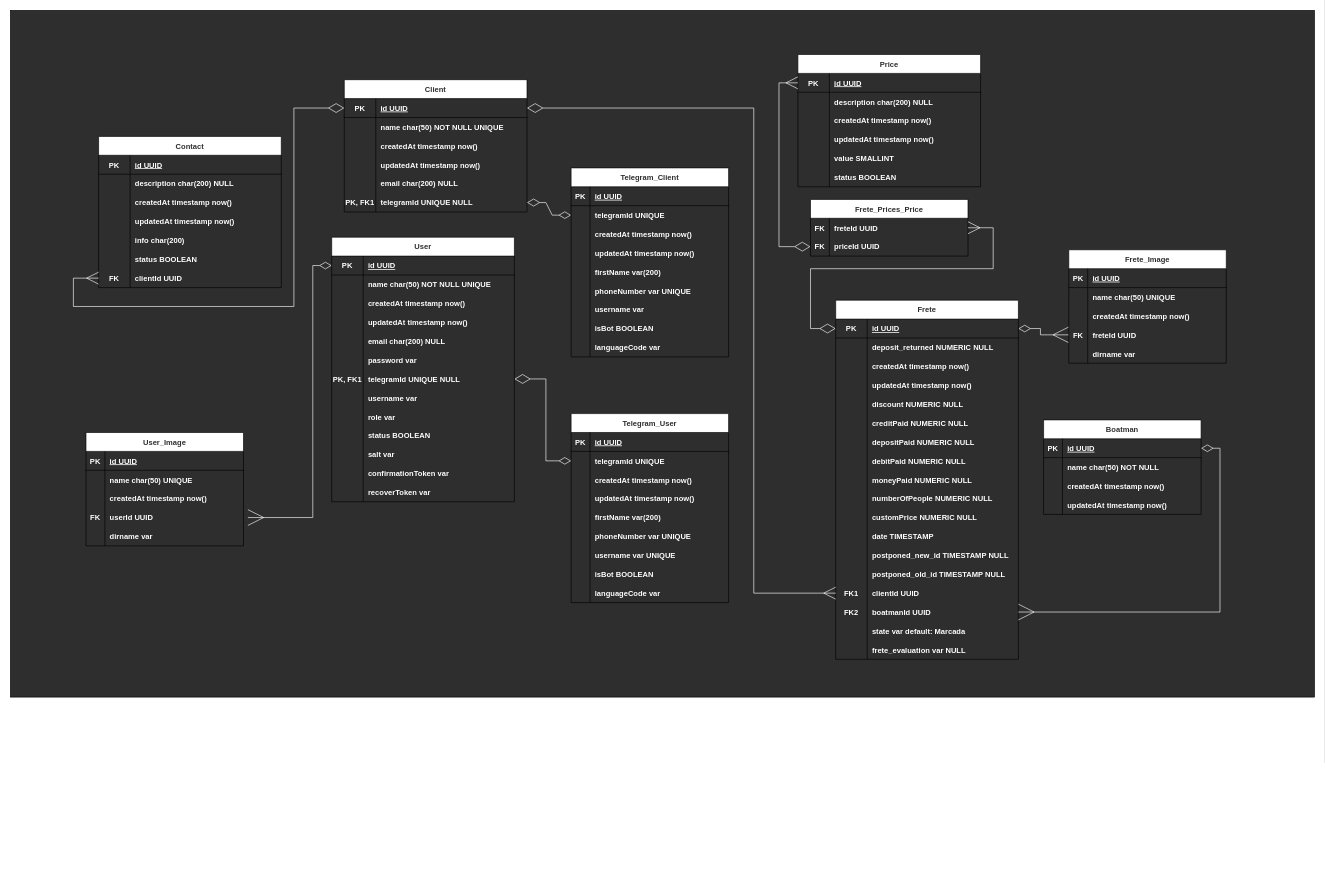
Earlier version of the draw.io diagram Diagram.drawio (NicholasWM/backoffice_api). Source tidied: cells renumbered, new cells numbered last; positions are measured from the earlier drawing's top-left corner, leaving out a move shared by most shapes. Both pictures are drawn from the tidied source at 63%, with x=0, y=0 at pixel (10, 10).
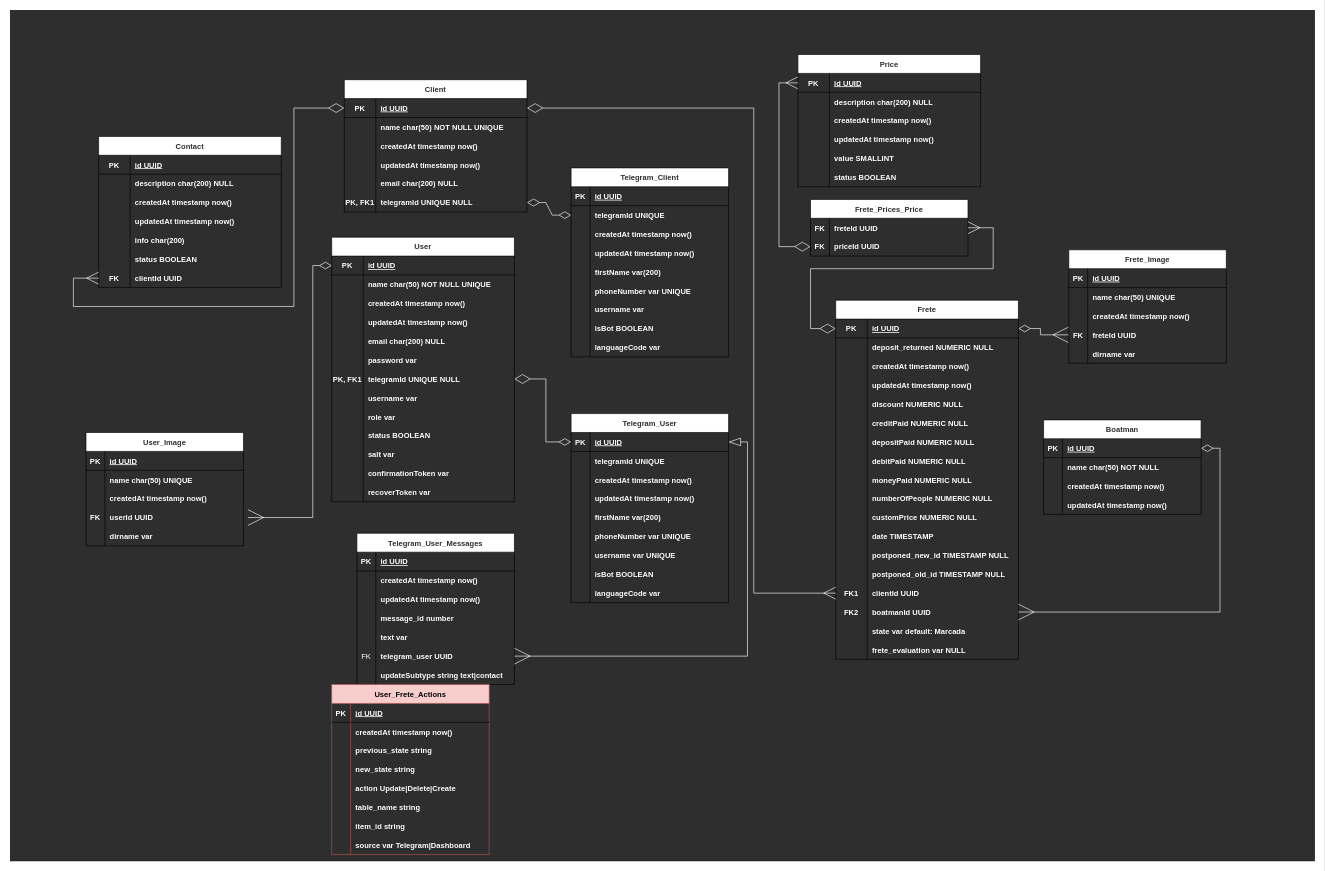
The same page after the edit.

The change refers to these unchanged cells:
```xml
<mxCell id="190" style="shape=partialRectangle;fillColor=none;points=[[0,0.5],[1,0.5]];portConstraint=eastwest;top=0;left=0;right=0;bottom=1;fontColor=#FFFFFF;" parent="189" vertex="1">
  <mxGeometry y="30" width="250" height="30" as="geometry" />
</mxCell>
<mxCell id="193" style="shape=partialRectangle;fillColor=none;points=[[0,0.5],[1,0.5]];portConstraint=eastwest;top=0;left=0;right=0;bottom=0;fontColor=#FFFFFF;" parent="189" vertex="1">
  <mxGeometry y="60" width="250" height="30" as="geometry" />
</mxCell>
<mxCell id="236" style="shape=partialRectangle;fillColor=none;points=[[0,0.5],[1,0.5]];portConstraint=eastwest;top=0;left=0;right=0;bottom=0;fontColor=#FFFFFF;" parent="217" vertex="1">
  <mxGeometry y="210" width="290" height="30" as="geometry" />
</mxCell>
```

Change to the diagram source:
```diff
@@
     <mxCell id="2" style="rounded=0;whiteSpace=wrap;html=1;fontColor=#FFFFFF;fillColor=#2E2E2E;" parent="1" vertex="1">
-      <mxGeometry width="2070" height="1090" as="geometry" />
+      <mxGeometry width="2070" height="1350" as="geometry" />
     </mxCell>
@@
-    <mxCell id="257" style="edgeStyle=orthogonalEdgeStyle;rounded=0;jettySize=auto;html=1;startArrow=diamondThin;startFill=0;endArrow=diamondThin;endFill=0;startSize=23;endSize=17;sourcePerimeterSpacing=7;targetPerimeterSpacing=7;strokeWidth=1;exitX=1;exitY=0.5;exitDx=0;exitDy=0;entryX=0;entryY=0.5;entryDx=0;entryDy=0;fontColor=#FFFFFF;strokeColor=#FFFFFF;" parent="1" edge="1" source="236" target="193">
+    <mxCell id="257" style="edgeStyle=orthogonalEdgeStyle;rounded=0;jettySize=auto;html=1;startArrow=diamondThin;startFill=0;endArrow=diamondThin;endFill=0;startSize=23;endSize=17;sourcePerimeterSpacing=7;targetPerimeterSpacing=7;strokeWidth=1;exitX=1;exitY=0.5;exitDx=0;exitDy=0;entryX=0;entryY=0.5;entryDx=0;entryDy=0;fontColor=#FFFFFF;strokeColor=#FFFFFF;" parent="1" edge="1" source="236" target="190">
       <mxGeometry relative="1" as="geometry" />
     </mxCell>
@@
+    <mxCell id="275" value="Telegram_User_Messages" style="shape=table;startSize=30;childLayout=tableLayout;rowLines=0;fontStyle=1;align=center;fontColor=#2E2E2E;" parent="1" vertex="1">
+      <mxGeometry x="550" y="830" width="250" height="240" as="geometry" />
+    </mxCell>
+    <mxCell id="276" style="shape=partialRectangle;fillColor=none;top=0;left=0;right=0;bottom=1;fontColor=#FFFFFF;" parent="275" vertex="1">
+      <mxGeometry y="30" width="250" height="30" as="geometry" />
+    </mxCell>
+    <mxCell id="277" value="PK" style="shape=partialRectangle;overflow=hidden;fillColor=none;top=0;left=0;bottom=0;right=0;fontStyle=1;fontColor=#FFFFFF;" parent="276" vertex="1">
+      <mxGeometry width="30" height="30" as="geometry" />
+    </mxCell>
+    <mxCell id="278" value="id UUID" style="shape=partialRectangle;overflow=hidden;fillColor=none;top=0;left=0;bottom=0;right=0;align=left;spacingLeft=6;fontStyle=5;fontColor=#FFFFFF;" parent="276" vertex="1">
+      <mxGeometry x="30" width="220" height="30" as="geometry" />
+    </mxCell>
+    <mxCell id="279" style="shape=partialRectangle;fillColor=none;top=0;left=0;right=0;bottom=0;fontColor=#FFFFFF;" parent="275" vertex="1">
+      <mxGeometry y="60" width="250" height="30" as="geometry" />
+    </mxCell>
+    <mxCell id="280" style="shape=partialRectangle;overflow=hidden;fillColor=none;top=0;left=0;bottom=0;right=0;fontColor=#FFFFFF;" parent="279" vertex="1">
+      <mxGeometry width="30" height="30" as="geometry" />
+    </mxCell>
+    <mxCell id="281" value="createdAt timestamp now()" style="shape=partialRectangle;overflow=hidden;fillColor=none;top=0;left=0;bottom=0;right=0;align=left;spacingLeft=6;fontStyle=1;fontColor=#FFFFFF;" parent="279" vertex="1">
+      <mxGeometry x="30" width="220" height="30" as="geometry" />
+    </mxCell>
+    <mxCell id="282" style="shape=partialRectangle;fillColor=none;top=0;left=0;right=0;bottom=0;fontColor=#FFFFFF;" parent="275" vertex="1">
+      <mxGeometry y="90" width="250" height="30" as="geometry" />
+    </mxCell>
+    <mxCell id="283" style="shape=partialRectangle;overflow=hidden;fillColor=none;top=0;left=0;bottom=0;right=0;fontColor=#FFFFFF;" parent="282" vertex="1">
+      <mxGeometry width="30" height="30" as="geometry" />
+    </mxCell>
+    <mxCell id="284" value="updatedAt timestamp now()" style="shape=partialRectangle;overflow=hidden;fillColor=none;top=0;left=0;bottom=0;right=0;align=left;spacingLeft=6;fontStyle=1;fontColor=#FFFFFF;" parent="282" vertex="1">
+      <mxGeometry x="30" width="220" height="30" as="geometry" />
+    </mxCell>
+    <mxCell id="285" style="shape=partialRectangle;fillColor=none;top=0;left=0;right=0;bottom=0;fontColor=#FFFFFF;" parent="275" vertex="1">
+      <mxGeometry y="120" width="250" height="30" as="geometry" />
+    </mxCell>
+    <mxCell id="286" style="shape=partialRectangle;overflow=hidden;fillColor=none;top=0;left=0;bottom=0;right=0;fontColor=#FFFFFF;" parent="285" vertex="1">
+      <mxGeometry width="30" height="30" as="geometry" />
+    </mxCell>
+    <mxCell id="287" value="message_id number" style="shape=partialRectangle;overflow=hidden;fillColor=none;top=0;left=0;bottom=0;right=0;align=left;spacingLeft=6;fontStyle=1;fontColor=#FFFFFF;" parent="285" vertex="1">
+      <mxGeometry x="30" width="220" height="30" as="geometry" />
+    </mxCell>
+    <mxCell id="288" style="shape=partialRectangle;fillColor=none;top=0;left=0;right=0;bottom=0;fontColor=#FFFFFF;" parent="275" vertex="1">
+      <mxGeometry y="150" width="250" height="30" as="geometry" />
+    </mxCell>
+    <mxCell id="289" style="shape=partialRectangle;overflow=hidden;fillColor=none;top=0;left=0;bottom=0;right=0;fontColor=#FFFFFF;" parent="288" vertex="1">
+      <mxGeometry width="30" height="30" as="geometry" />
+    </mxCell>
+    <mxCell id="290" value="text var" style="shape=partialRectangle;overflow=hidden;fillColor=none;top=0;left=0;bottom=0;right=0;align=left;spacingLeft=6;fontStyle=1;fontColor=#FFFFFF;" parent="288" vertex="1">
+      <mxGeometry x="30" width="220" height="30" as="geometry" />
+    </mxCell>
+    <mxCell id="291" style="shape=partialRectangle;fillColor=none;points=[[0,0.5],[1,0.5]];portConstraint=eastwest;top=0;left=0;right=0;bottom=0;fontColor=#FFFFFF;" parent="275" vertex="1">
+      <mxGeometry y="180" width="250" height="30" as="geometry" />
+    </mxCell>
+    <mxCell id="292" value="FK" style="shape=partialRectangle;overflow=hidden;fillColor=none;top=0;left=0;bottom=0;right=0;fontColor=#FFFFFF;" parent="291" vertex="1">
+      <mxGeometry width="30" height="30" as="geometry" />
+    </mxCell>
+    <mxCell id="293" value="telegram_user UUID" style="shape=partialRectangle;overflow=hidden;fillColor=none;top=0;left=0;bottom=0;right=0;align=left;spacingLeft=6;fontStyle=1;fontColor=#FFFFFF;" parent="291" vertex="1">
+      <mxGeometry x="30" width="220" height="30" as="geometry" />
+    </mxCell>
+    <mxCell id="294" style="shape=partialRectangle;fillColor=none;top=0;left=0;right=0;bottom=0;fontColor=#FFFFFF;" parent="275" vertex="1">
+      <mxGeometry y="210" width="250" height="30" as="geometry" />
+    </mxCell>
+    <mxCell id="295" style="shape=partialRectangle;overflow=hidden;fillColor=none;top=0;left=0;bottom=0;right=0;fontColor=#FFFFFF;" parent="294" vertex="1">
+      <mxGeometry width="30" height="30" as="geometry" />
+    </mxCell>
+    <mxCell id="296" value="updateSubtype string text|contact" style="shape=partialRectangle;overflow=hidden;fillColor=none;top=0;left=0;bottom=0;right=0;align=left;spacingLeft=6;fontStyle=1;fontColor=#FFFFFF;" parent="294" vertex="1">
+      <mxGeometry x="30" width="220" height="30" as="geometry" />
+    </mxCell>
+    <mxCell id="297" style="edgeStyle=orthogonalEdgeStyle;rounded=0;jettySize=auto;html=1;exitX=1;exitY=0.5;exitDx=0;exitDy=0;entryX=1;entryY=0.5;entryDx=0;entryDy=0;startArrow=ERmany;startFill=0;endArrow=blockThin;endFill=0;targetPerimeterSpacing=7;sourcePerimeterSpacing=7;endSize=17;startSize=23;strokeWidth=1;strokeColor=#FFFFFF;" parent="1" edge="1" source="291" target="190">
+      <mxGeometry relative="1" as="geometry" />
+    </mxCell>
+    <mxCell id="298" value="User_Frete_Actions" style="shape=table;startSize=30;childLayout=tableLayout;rowLines=0;fontStyle=1;align=center;fillColor=#f8cecc;strokeColor=#b85450;" parent="1" vertex="1">
+      <mxGeometry x="510" y="1070" width="250" height="270" as="geometry" />
+    </mxCell>
+    <mxCell id="299" style="shape=partialRectangle;fillColor=none;top=0;left=0;right=0;bottom=1;fontColor=#FFFFFF;" parent="298" vertex="1">
+      <mxGeometry y="30" width="250" height="30" as="geometry" />
+    </mxCell>
+    <mxCell id="300" value="PK" style="shape=partialRectangle;overflow=hidden;fillColor=none;top=0;left=0;bottom=0;right=0;fontStyle=1;fontColor=#FFFFFF;" parent="299" vertex="1">
+      <mxGeometry width="30" height="30" as="geometry" />
+    </mxCell>
+    <mxCell id="301" value="id UUID" style="shape=partialRectangle;overflow=hidden;fillColor=none;top=0;left=0;bottom=0;right=0;align=left;spacingLeft=6;fontStyle=5;fontColor=#FFFFFF;" parent="299" vertex="1">
+      <mxGeometry x="30" width="220" height="30" as="geometry" />
+    </mxCell>
+    <mxCell id="302" style="shape=partialRectangle;fillColor=none;top=0;left=0;right=0;bottom=0;fontColor=#FFFFFF;" parent="298" vertex="1">
+      <mxGeometry y="60" width="250" height="30" as="geometry" />
+    </mxCell>
+    <mxCell id="303" style="shape=partialRectangle;overflow=hidden;fillColor=none;top=0;left=0;bottom=0;right=0;fontColor=#FFFFFF;" parent="302" vertex="1">
+      <mxGeometry width="30" height="30" as="geometry" />
+    </mxCell>
+    <mxCell id="304" value="createdAt timestamp now()" style="shape=partialRectangle;overflow=hidden;fillColor=none;top=0;left=0;bottom=0;right=0;align=left;spacingLeft=6;fontStyle=1;fontColor=#FFFFFF;" parent="302" vertex="1">
+      <mxGeometry x="30" width="220" height="30" as="geometry" />
+    </mxCell>
+    <mxCell id="305" style="shape=partialRectangle;fillColor=none;top=0;left=0;right=0;bottom=0;fontColor=#FFFFFF;" parent="298" vertex="1">
+      <mxGeometry y="90" width="250" height="30" as="geometry" />
+    </mxCell>
+    <mxCell id="306" style="shape=partialRectangle;overflow=hidden;fillColor=none;top=0;left=0;bottom=0;right=0;fontColor=#FFFFFF;" parent="305" vertex="1">
+      <mxGeometry width="30" height="30" as="geometry" />
+    </mxCell>
+    <mxCell id="307" value="previous_state string" style="shape=partialRectangle;overflow=hidden;fillColor=none;top=0;left=0;bottom=0;right=0;align=left;spacingLeft=6;fontStyle=1;fontColor=#FFFFFF;" parent="305" vertex="1">
+      <mxGeometry x="30" width="220" height="30" as="geometry" />
+    </mxCell>
+    <mxCell id="308" style="shape=partialRectangle;fillColor=none;top=0;left=0;right=0;bottom=0;fontColor=#FFFFFF;" parent="298" vertex="1">
+      <mxGeometry y="120" width="250" height="30" as="geometry" />
+    </mxCell>
+    <mxCell id="309" style="shape=partialRectangle;overflow=hidden;fillColor=none;top=0;left=0;bottom=0;right=0;fontColor=#FFFFFF;" parent="308" vertex="1">
+      <mxGeometry width="30" height="30" as="geometry" />
+    </mxCell>
+    <mxCell id="310" value="new_state string" style="shape=partialRectangle;overflow=hidden;fillColor=none;top=0;left=0;bottom=0;right=0;align=left;spacingLeft=6;fontStyle=1;fontColor=#FFFFFF;" parent="308" vertex="1">
+      <mxGeometry x="30" width="220" height="30" as="geometry" />
+    </mxCell>
+    <mxCell id="311" style="shape=partialRectangle;fillColor=none;top=0;left=0;right=0;bottom=0;fontColor=#FFFFFF;" parent="298" vertex="1">
+      <mxGeometry y="150" width="250" height="30" as="geometry" />
+    </mxCell>
+    <mxCell id="312" style="shape=partialRectangle;overflow=hidden;fillColor=none;top=0;left=0;bottom=0;right=0;fontColor=#FFFFFF;" parent="311" vertex="1">
+      <mxGeometry width="30" height="30" as="geometry" />
+    </mxCell>
+    <mxCell id="313" value="action Update|Delete|Create" style="shape=partialRectangle;overflow=hidden;fillColor=none;top=0;left=0;bottom=0;right=0;align=left;spacingLeft=6;fontStyle=1;fontColor=#FFFFFF;" parent="311" vertex="1">
+      <mxGeometry x="30" width="220" height="30" as="geometry" />
+    </mxCell>
+    <mxCell id="314" style="shape=partialRectangle;fillColor=none;top=0;left=0;right=0;bottom=0;fontColor=#FFFFFF;" parent="298" vertex="1">
+      <mxGeometry y="180" width="250" height="30" as="geometry" />
+    </mxCell>
+    <mxCell id="315" style="shape=partialRectangle;overflow=hidden;fillColor=none;top=0;left=0;bottom=0;right=0;fontColor=#FFFFFF;" parent="314" vertex="1">
+      <mxGeometry width="30" height="30" as="geometry" />
+    </mxCell>
+    <mxCell id="316" value="table_name string" style="shape=partialRectangle;overflow=hidden;fillColor=none;top=0;left=0;bottom=0;right=0;align=left;spacingLeft=6;fontStyle=1;fontColor=#FFFFFF;" parent="314" vertex="1">
+      <mxGeometry x="30" width="220" height="30" as="geometry" />
+    </mxCell>
+    <mxCell id="317" style="shape=partialRectangle;fillColor=none;top=0;left=0;right=0;bottom=0;fontColor=#FFFFFF;" parent="298" vertex="1">
+      <mxGeometry y="210" width="250" height="30" as="geometry" />
+    </mxCell>
+    <mxCell id="318" style="shape=partialRectangle;overflow=hidden;fillColor=none;top=0;left=0;bottom=0;right=0;fontColor=#FFFFFF;" parent="317" vertex="1">
+      <mxGeometry width="30" height="30" as="geometry" />
+    </mxCell>
+    <mxCell id="319" value="item_id string" style="shape=partialRectangle;overflow=hidden;fillColor=none;top=0;left=0;bottom=0;right=0;align=left;spacingLeft=6;fontStyle=1;fontColor=#FFFFFF;" parent="317" vertex="1">
+      <mxGeometry x="30" width="220" height="30" as="geometry" />
+    </mxCell>
+    <mxCell id="320" style="shape=partialRectangle;fillColor=none;top=0;left=0;right=0;bottom=0;fontColor=#FFFFFF;" parent="298" vertex="1">
+      <mxGeometry y="240" width="250" height="30" as="geometry" />
+    </mxCell>
+    <mxCell id="321" style="shape=partialRectangle;overflow=hidden;fillColor=none;top=0;left=0;bottom=0;right=0;fontColor=#FFFFFF;" parent="320" vertex="1">
+      <mxGeometry width="30" height="30" as="geometry" />
+    </mxCell>
+    <mxCell id="322" value="source var Telegram|Dashboard" style="shape=partialRectangle;overflow=hidden;fillColor=none;top=0;left=0;bottom=0;right=0;align=left;spacingLeft=6;fontStyle=1;fontColor=#FFFFFF;" parent="320" vertex="1">
+      <mxGeometry x="30" width="220" height="30" as="geometry" />
+    </mxCell>
```
